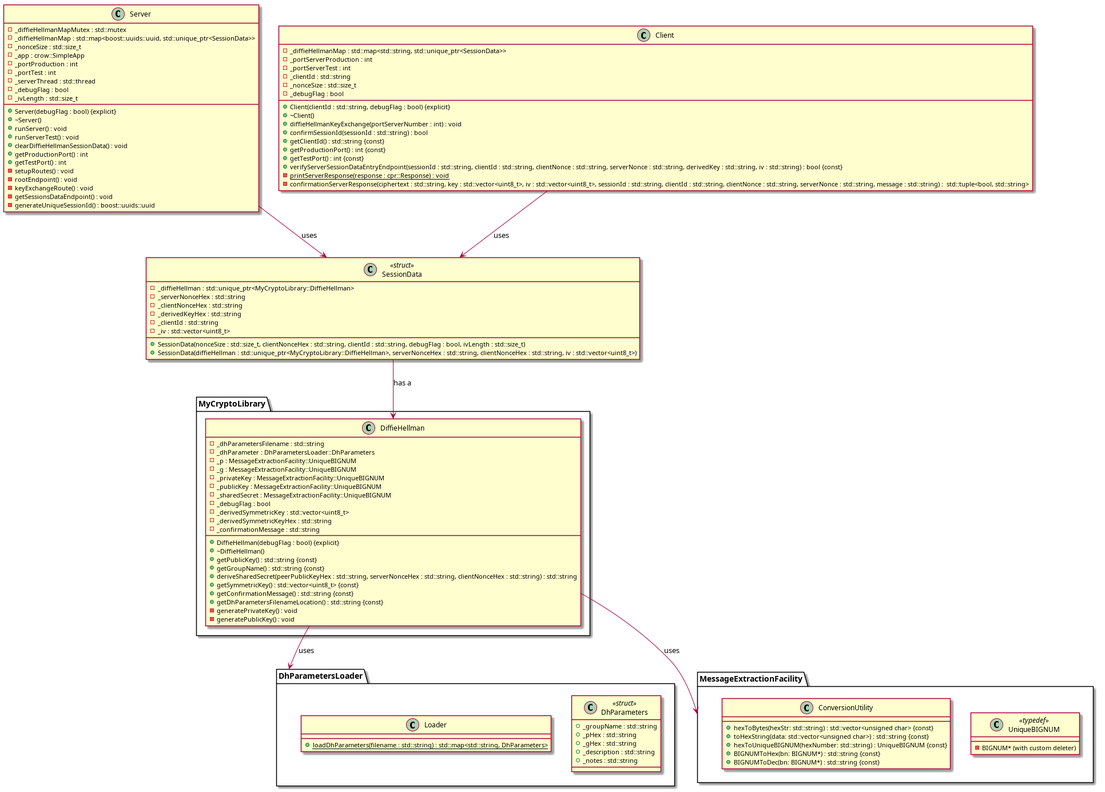
Above: Cryptopals_resolutions/5-Set_5/cryptopals_set_5_problem_33/uml_diagrams/class_diagram.png in Photon-einstein/Cryptopals (PlantUML), before the change. Its source is kept beside it as Cryptopals_resolutions/5-Set_5/cryptopals_set_5_problem_33/uml_diagrams/class_diagram.puml. Source of this version:
```plantuml
@startuml

namespace DhParametersLoader {
    class DhParameters <<struct>> {
        + _groupName : std::string
        + _pHex : std::string
        + _gHex : std::string
        + _description : std::string
        + _notes : std::string
    }
    class Loader {
        {static} + loadDhParameters(filename : std::string) : std::map<std::string, DhParameters>
    }
}

namespace MyCryptoLibrary {
    class DiffieHellman {
        - _dhParametersFilename : std::string
        - _dhParameter : DhParametersLoader::DhParameters
        - _p : MessageExtractionFacility::UniqueBIGNUM
        - _g : MessageExtractionFacility::UniqueBIGNUM
        - _privateKey : MessageExtractionFacility::UniqueBIGNUM
        - _publicKey : MessageExtractionFacility::UniqueBIGNUM
        - _sharedSecret : MessageExtractionFacility::UniqueBIGNUM
        - _debugFlag : bool
        - _derivedSymmetricKey : std::vector<uint8_t>
        - _derivedSymmetricKeyHex : std::string
        - _confirmationMessage : std::string

        + DiffieHellman(debugFlag : bool) {explicit}
        + ~DiffieHellman()
        + getPublicKey() : std::string {const}
        + getGroupName() : std::string {const}
        + deriveSharedSecret(peerPublicKeyHex : std::string, serverNonceHex : std::string, clientNonceHex : std::string) : std::string
        + getSymmetricKey() : std::vector<uint8_t> {const}
        + getConfirmationMessage() : std::string {const}
        + getDhParametersFilenameLocation() : std::string {const}
        - generatePrivateKey() : void
        - generatePublicKey() : void
    }
}

namespace MessageExtractionFacility {
  class UniqueBIGNUM <<typedef>> {
    - BIGNUM* (with custom deleter)
  }

  class ConversionUtility {
    + hexToBytes(hexStr: std::string) : std::vector<unsigned char> {const}
    + toHexString(data: std::vector<unsigned char>) : std::string {const}
    + hexToUniqueBIGNUM(hexNumber: std::string) : UniqueBIGNUM {const}
    + BIGNUMToHex(bn: BIGNUM*) : std::string {const}
    + BIGNUMToDec(bn: BIGNUM*) : std::string {const}
  }
}

class Server {
    - _diffieHellmanMapMutex : std::mutex
    - _diffieHellmanMap : std::map<boost::uuids::uuid, std::unique_ptr<SessionData>>
    - _nonceSize : std::size_t
    - _app : crow::SimpleApp
    - _portProduction : int
    - _portTest : int
    - _serverThread : std::thread
    - _debugFlag : bool
    - _ivLength : std::size_t

    + Server(debugFlag : bool) {explicit}
    + ~Server()
    + runServer() : void
    + runServerTest() : void
    + clearDiffieHellmanSessionData() : void
    + getProductionPort() : int
    + getTestPort() : int
    - setupRoutes() : void
    - rootEndpoint() : void
    - keyExchangeRoute() : void
    - getSessionsDataEndpoint() : void
    - generateUniqueSessionId() : boost::uuids::uuid
}

class Client {
    - _diffieHellmanMap : std::map<std::string, std::unique_ptr<SessionData>>
    - _portServerProduction : int
    - _portServerTest : int
    - _clientId : std::string
    - _nonceSize : std::size_t
    - _debugFlag : bool

    + Client(clientId : std::string, debugFlag : bool) {explicit}
    + ~Client()
    + diffieHellmanKeyExchange(portServerNumber : int) : void
    + confirmSessionId(sessionId : std::string) : bool
    + getClientId() : std::string {const}
    + getProductionPort() : int {const}
    + getTestPort() : int {const}
    + verifyServerSessionDataEntryEndpoint(sessionId : std::string, clientId : std::string, clientNonce : std::string, serverNonce : std::string, derivedKey : std::string, iv : std::string) : bool {const}
    - printServerResponse(response : cpr::Response) : void {static}
    - confirmationServerResponse(ciphertext : std::string, key : std::vector<uint8_t>, iv : std::vector<uint8_t>, sessionId : std::string, clientId : std::string, clientNonce : std::string, serverNonce : std::string, message : std::string) :  std::tuple<bool, std::string>
}

class SessionData <<struct>> {
    - _diffieHellman : std::unique_ptr<MyCryptoLibrary::DiffieHellman>
    - _serverNonceHex : std::string
    - _clientNonceHex : std::string
    - _derivedKeyHex : std::string
    - _clientId : std::string
    - _iv : std::vector<uint8_t>

    + SessionData(nonceSize : std::size_t, clientNonceHex : std::string, clientId : std::string, debugFlag : bool, ivLength : std::size_t)
    + SessionData(diffieHellman : std::unique_ptr<MyCryptoLibrary::DiffieHellman>, serverNonceHex : std::string, clientNonceHex : std::string, iv : std::vector<uint8_t>)
}

MyCryptoLibrary.DiffieHellman --> DhParametersLoader : uses
MyCryptoLibrary.DiffieHellman --> MessageExtractionFacility : uses

Server --> SessionData : uses
Client --> SessionData : uses

SessionData --> MyCryptoLibrary.DiffieHellman : "has a"

@enduml
```
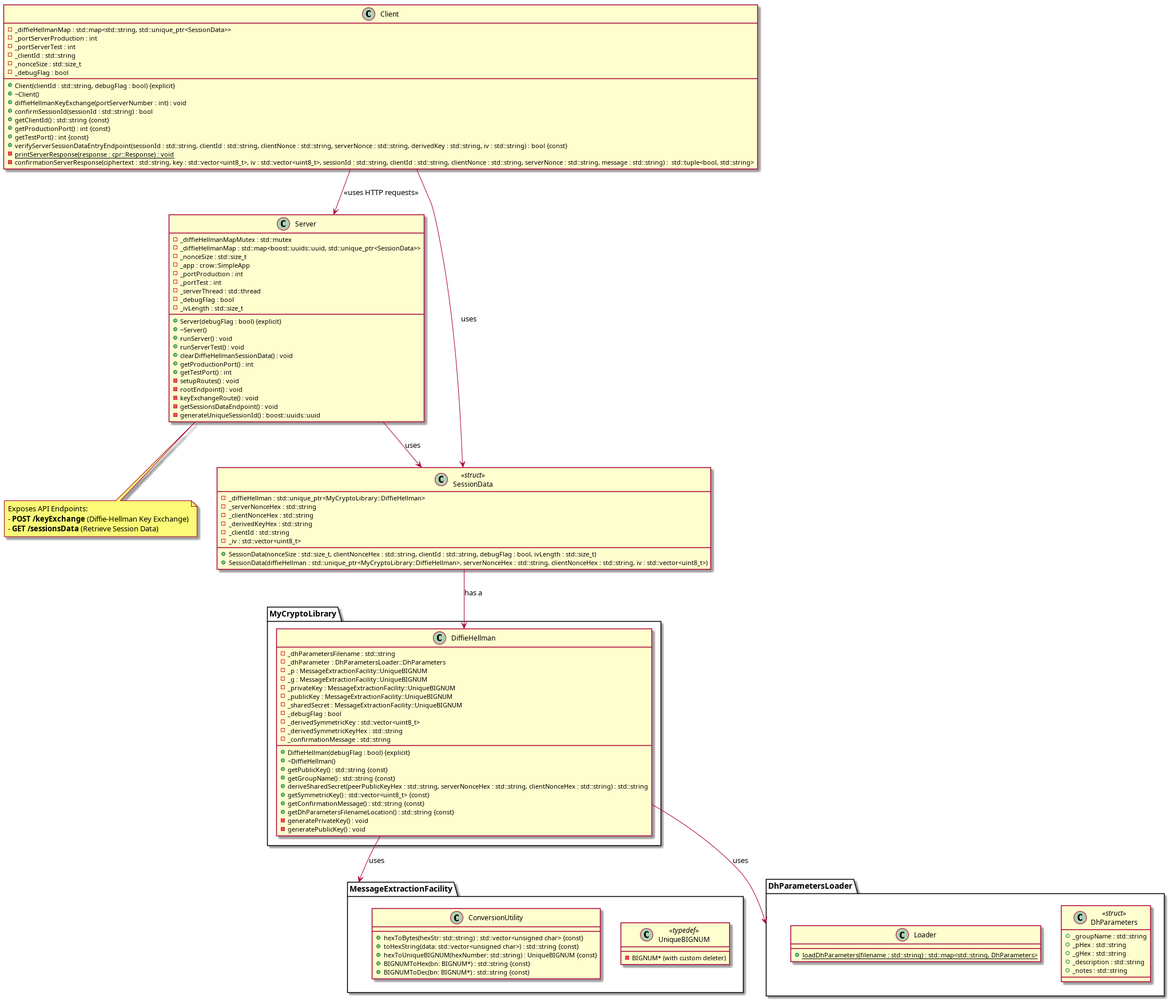
Above is the later version.

Commit message:
Add notes in the class diagram to inform about the API endpoints

The edit, as a diff of the source:
```diff
@@ -1,16 +1,64 @@
 @startuml
 
-namespace DhParametersLoader {
-    class DhParameters <<struct>> {
-        + _groupName : std::string
-        + _pHex : std::string
-        + _gHex : std::string
-        + _description : std::string
-        + _notes : std::string
-    }
-    class Loader {
-        {static} + loadDhParameters(filename : std::string) : std::map<std::string, DhParameters>
-    }
+
+class Server {
+    - _diffieHellmanMapMutex : std::mutex
+    - _diffieHellmanMap : std::map<boost::uuids::uuid, std::unique_ptr<SessionData>>
+    - _nonceSize : std::size_t
+    - _app : crow::SimpleApp
+    - _portProduction : int
+    - _portTest : int
+    - _serverThread : std::thread
+    - _debugFlag : bool
+    - _ivLength : std::size_t
+
+    + Server(debugFlag : bool) {explicit}
+    + ~Server()
+    + runServer() : void
+    + runServerTest() : void
+    + clearDiffieHellmanSessionData() : void
+    + getProductionPort() : int
+    + getTestPort() : int
+    - setupRoutes() : void
+    - rootEndpoint() : void
+    - keyExchangeRoute() : void
+    - getSessionsDataEndpoint() : void
+    - generateUniqueSessionId() : boost::uuids::uuid
+}
+
+note "Exposes API Endpoints:\n- **POST /keyExchange** (Diffie-Hellman Key Exchange)\n- **GET /sessionsData** (Retrieve Session Data)" as ServerEndpointsNote
+Server .. ServerEndpointsNote
+
+class Client {
+    - _diffieHellmanMap : std::map<std::string, std::unique_ptr<SessionData>>
+    - _portServerProduction : int
+    - _portServerTest : int
+    - _clientId : std::string
+    - _nonceSize : std::size_t
+    - _debugFlag : bool
+
+    + Client(clientId : std::string, debugFlag : bool) {explicit}
+    + ~Client()
+    + diffieHellmanKeyExchange(portServerNumber : int) : void
+    + confirmSessionId(sessionId : std::string) : bool
+    + getClientId() : std::string {const}
+    + getProductionPort() : int {const}
+    + getTestPort() : int {const}
+    + verifyServerSessionDataEntryEndpoint(sessionId : std::string, clientId : std::string, clientNonce : std::string, serverNonce : std::string, derivedKey : std::string, iv : std::string) : bool {const}
+    - printServerResponse(response : cpr::Response) : void {static}
+    - confirmationServerResponse(ciphertext : std::string, key : std::vector<uint8_t>, iv : std::vector<uint8_t>, sessionId : std::string, clientId : std::string, clientNonce : std::string, serverNonce : std::string, message : std::string) :  std::tuple<bool, std::string>
+}
+
+class SessionData <<struct>> {
+    - _diffieHellman : std::unique_ptr<MyCryptoLibrary::DiffieHellman>
+    - _serverNonceHex : std::string
+    - _clientNonceHex : std::string
+    - _derivedKeyHex : std::string
+    - _clientId : std::string
+    - _iv : std::vector<uint8_t>
+
+    + SessionData(nonceSize : std::size_t, clientNonceHex : std::string, clientId : std::string, debugFlag : bool, ivLength : std::size_t)
+    + SessionData(diffieHellman : std::unique_ptr<MyCryptoLibrary::DiffieHellman>, serverNonceHex : std::string, clientNonceHex : std::string, iv : std::vector<uint8_t>)
 }
 
 namespace MyCryptoLibrary {
@@ -54,62 +102,19 @@
   }
 }
 
-class Server {
-    - _diffieHellmanMapMutex : std::mutex
-    - _diffieHellmanMap : std::map<boost::uuids::uuid, std::unique_ptr<SessionData>>
-    - _nonceSize : std::size_t
-    - _app : crow::SimpleApp
-    - _portProduction : int
-    - _portTest : int
-    - _serverThread : std::thread
-    - _debugFlag : bool
-    - _ivLength : std::size_t
-
-    + Server(debugFlag : bool) {explicit}
-    + ~Server()
-    + runServer() : void
-    + runServerTest() : void
-    + clearDiffieHellmanSessionData() : void
-    + getProductionPort() : int
-    + getTestPort() : int
-    - setupRoutes() : void
-    - rootEndpoint() : void
-    - keyExchangeRoute() : void
-    - getSessionsDataEndpoint() : void
-    - generateUniqueSessionId() : boost::uuids::uuid
+namespace DhParametersLoader {
+    class DhParameters <<struct>> {
+        + _groupName : std::string
+        + _pHex : std::string
+        + _gHex : std::string
+        + _description : std::string
+        + _notes : std::string
+    }
+    class Loader {
+        {static} + loadDhParameters(filename : std::string) : std::map<std::string, DhParameters>
+    }
 }
 
-class Client {
-    - _diffieHellmanMap : std::map<std::string, std::unique_ptr<SessionData>>
-    - _portServerProduction : int
-    - _portServerTest : int
-    - _clientId : std::string
-    - _nonceSize : std::size_t
-    - _debugFlag : bool
-
-    + Client(clientId : std::string, debugFlag : bool) {explicit}
-    + ~Client()
-    + diffieHellmanKeyExchange(portServerNumber : int) : void
-    + confirmSessionId(sessionId : std::string) : bool
-    + getClientId() : std::string {const}
-    + getProductionPort() : int {const}
-    + getTestPort() : int {const}
-    + verifyServerSessionDataEntryEndpoint(sessionId : std::string, clientId : std::string, clientNonce : std::string, serverNonce : std::string, derivedKey : std::string, iv : std::string) : bool {const}
-    - printServerResponse(response : cpr::Response) : void {static}
-    - confirmationServerResponse(ciphertext : std::string, key : std::vector<uint8_t>, iv : std::vector<uint8_t>, sessionId : std::string, clientId : std::string, clientNonce : std::string, serverNonce : std::string, message : std::string) :  std::tuple<bool, std::string>
-}
-
-class SessionData <<struct>> {
-    - _diffieHellman : std::unique_ptr<MyCryptoLibrary::DiffieHellman>
-    - _serverNonceHex : std::string
-    - _clientNonceHex : std::string
-    - _derivedKeyHex : std::string
-    - _clientId : std::string
-    - _iv : std::vector<uint8_t>
-
-    + SessionData(nonceSize : std::size_t, clientNonceHex : std::string, clientId : std::string, debugFlag : bool, ivLength : std::size_t)
-    + SessionData(diffieHellman : std::unique_ptr<MyCryptoLibrary::DiffieHellman>, serverNonceHex : std::string, clientNonceHex : std::string, iv : std::vector<uint8_t>)
-}
 
 MyCryptoLibrary.DiffieHellman --> DhParametersLoader : uses
 MyCryptoLibrary.DiffieHellman --> MessageExtractionFacility : uses
@@ -117,6 +122,8 @@
 Server --> SessionData : uses
 Client --> SessionData : uses
 
+Client --> Server : "<<uses HTTP requests>>"
+
 SessionData --> MyCryptoLibrary.DiffieHellman : "has a"
 
 @enduml
```
